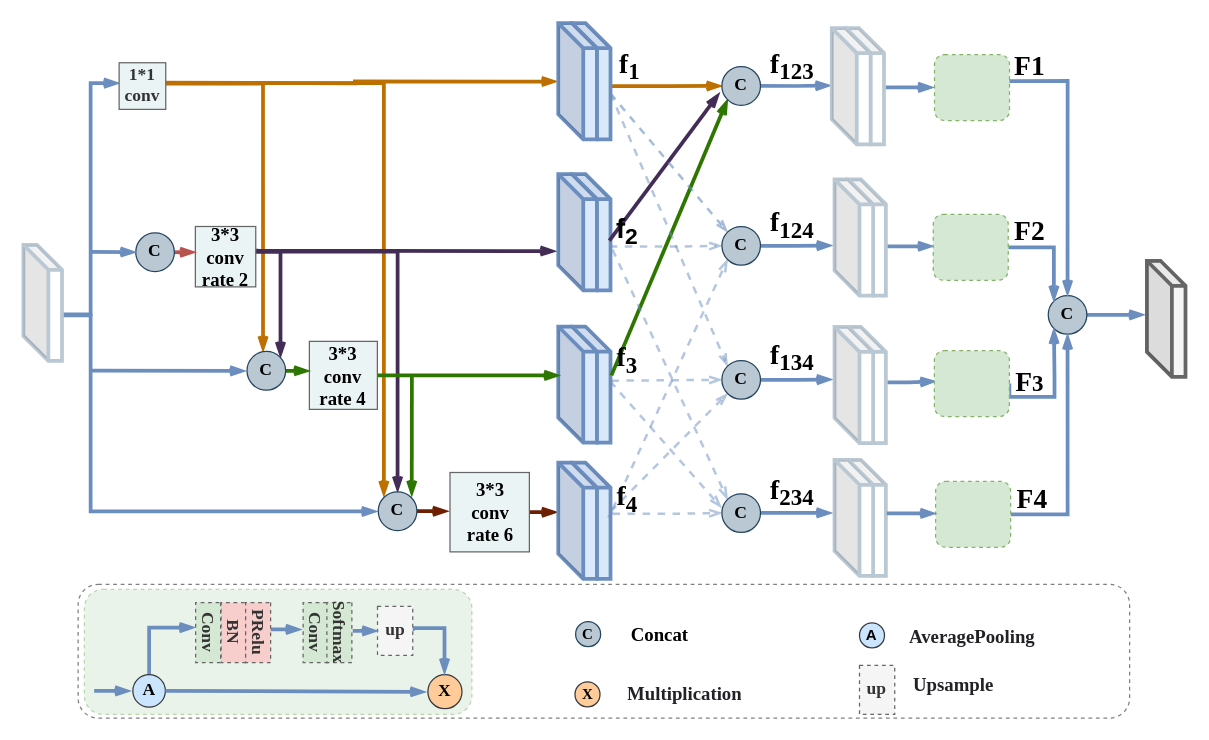
Before: CCASPP.drawio in Hymhh/hymhh, a draw.io diagram. Source tidied: cells renumbered, new cells numbered last; positions are measured from the earlier drawing's top-left corner, leaving out a move shared by most shapes. Both pictures are drawn from the tidied source at 125%, with x=0, y=0 at pixel (22, 22).
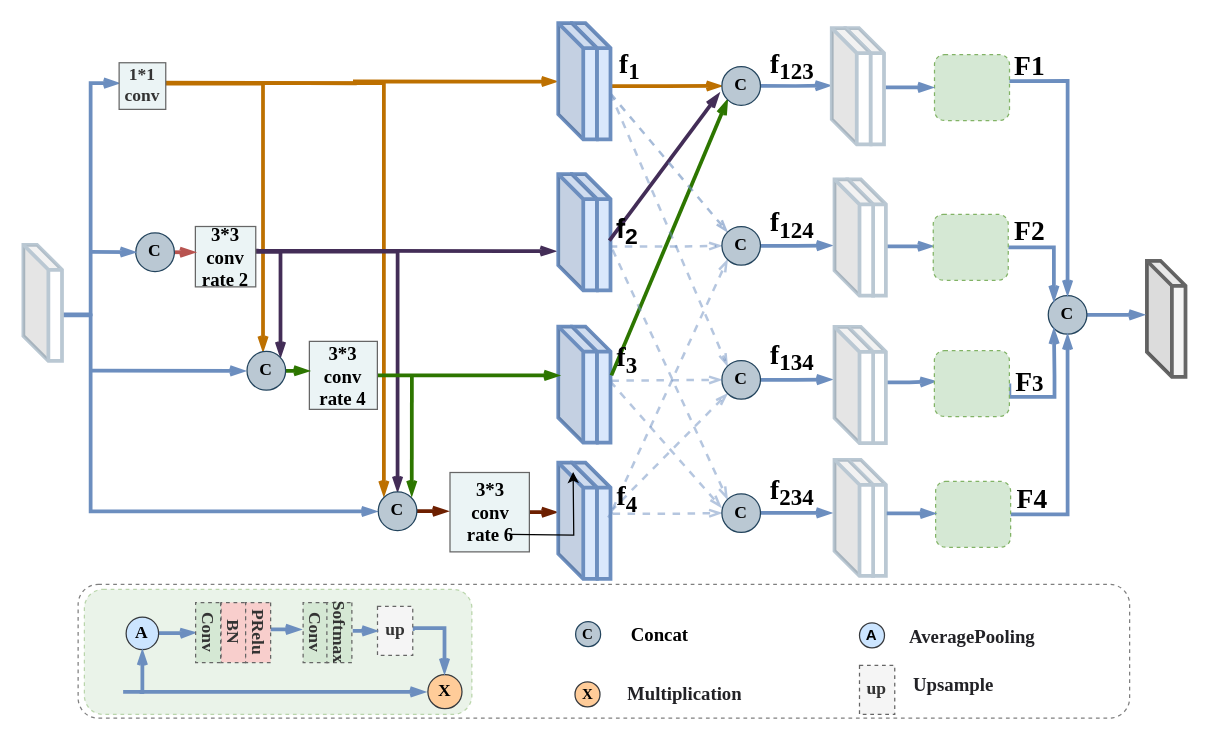
Above is the later version.

Unchanged cells that the change refers to:
```xml
<mxCell id="3" style="rounded=1;whiteSpace=wrap;html=1;opacity=50;fillColor=#d5e8d4;strokeColor=#82b366;dashed=1;" parent="1" vertex="1">
  <mxGeometry x="49" y="453" width="310" height="100" as="geometry" />
</mxCell>
<mxCell id="109" value="&lt;font face=&quot;Times New Roman&quot; size=&quot;1&quot;&gt;&lt;b style=&quot;font-size: 14px&quot;&gt;Conv&lt;/b&gt;&lt;/font&gt;" style="rounded=0;whiteSpace=wrap;html=1;dashed=1;strokeColor=#666666;fillColor=#D5E8D4;fontColor=#333333;rotation=90;" parent="1" vertex="1">
  <mxGeometry x="124" y="477.5" width="48" height="20" as="geometry" />
</mxCell>
```

Diff of the diagram source:
```diff
@@
-    <mxCell id="84" style="edgeStyle=orthogonalEdgeStyle;rounded=0;jettySize=auto;html=1;exitX=0.5;exitY=0;exitDx=0;exitDy=0;entryX=0.418;entryY=1.034;entryDx=0;entryDy=0;entryPerimeter=0;endArrow=openThin;endFill=0;strokeColor=#6C8EBF;strokeWidth=3;" parent="1" edge="1" source="85" target="109">
-      <mxGeometry relative="1" as="geometry" />
+    <mxCell id="84" style="edgeStyle=orthogonalEdgeStyle;rounded=0;jettySize=auto;html=1;exitX=0.5;exitY=0;exitDx=0;exitDy=0;entryX=0.5;entryY=1;entryDx=0;entryDy=0;strokeColor=#6C8EBF;strokeWidth=3;endArrow=openThin;endFill=0;" parent="1" edge="1" source="85" target="109">
+      <mxGeometry relative="1" as="geometry">
+        <Array as="points">
+          <mxPoint x="95" y="488" />
+          <mxPoint x="128" y="488" />
+        </Array>
+      </mxGeometry>
     </mxCell>
     <mxCell id="85" value="&lt;b&gt;&lt;font face=&quot;Times New Roman&quot; style=&quot;font-size: 14px&quot;&gt;A&lt;/font&gt;&lt;/b&gt;" style="ellipse;whiteSpace=wrap;html=1;strokeColor=#36393d;strokeWidth=1;fillColor=#cce5ff;" parent="1" vertex="1">
-      <mxGeometry x="87.8" y="521.2" width="26" height="26" as="geometry" />
+      <mxGeometry x="82.4" y="475.2" width="26" height="26" as="geometry" />
     </mxCell>
@@
-    <mxCell id="88" style="endArrow=openThin;html=1;strokeColor=#6C8EBF;strokeWidth=3;exitX=1;exitY=0.5;exitDx=0;exitDy=0;endFill=0;" parent="1" edge="1">
+    <mxCell id="88" style="endArrow=openThin;html=1;strokeColor=#6C8EBF;strokeWidth=3;endFill=0;exitX=0.1;exitY=0.82;exitDx=0;exitDy=0;exitPerimeter=0;" parent="1" edge="1" source="3">
       <mxGeometry relative="1" as="geometry">
-        <mxPoint x="113.8" y="534.2" as="sourcePoint" />
         <mxPoint x="322" y="535" as="targetPoint" />
       </mxGeometry>
     </mxCell>
@@
-    <mxCell id="91" style="endArrow=openThin;html=1;strokeColor=#6C8EBF;strokeWidth=3;endFill=0;" parent="1" edge="1">
-      <mxGeometry relative="1" as="geometry">
-        <mxPoint x="56.8" y="534.2" as="sourcePoint" />
-        <mxPoint x="85.8" y="534.2" as="targetPoint" />
-      </mxGeometry>
-    </mxCell>
@@
+    <mxCell id="114" style="endArrow=classic;html=1;rounded=0;edgeStyle=orthogonalEdgeStyle;" parent="1" edge="1">
+      <mxGeometry relative="1" as="geometry">
+        <mxPoint x="390" y="409" as="sourcePoint" />
+        <mxPoint x="440" y="359" as="targetPoint" />
+      </mxGeometry>
+    </mxCell>
+    <mxCell id="115" style="edgeStyle=orthogonalEdgeStyle;rounded=0;jettySize=auto;html=1;exitX=0.5;exitY=0;exitDx=0;exitDy=0;entryX=0.5;entryY=1;entryDx=0;entryDy=0;strokeColor=#6C8EBF;strokeWidth=3;endArrow=openThin;endFill=0;" parent="1" edge="1" target="85">
+      <mxGeometry relative="1" as="geometry">
+        <mxPoint x="93.2" y="535.2" as="sourcePoint" />
+      </mxGeometry>
+    </mxCell>
```
